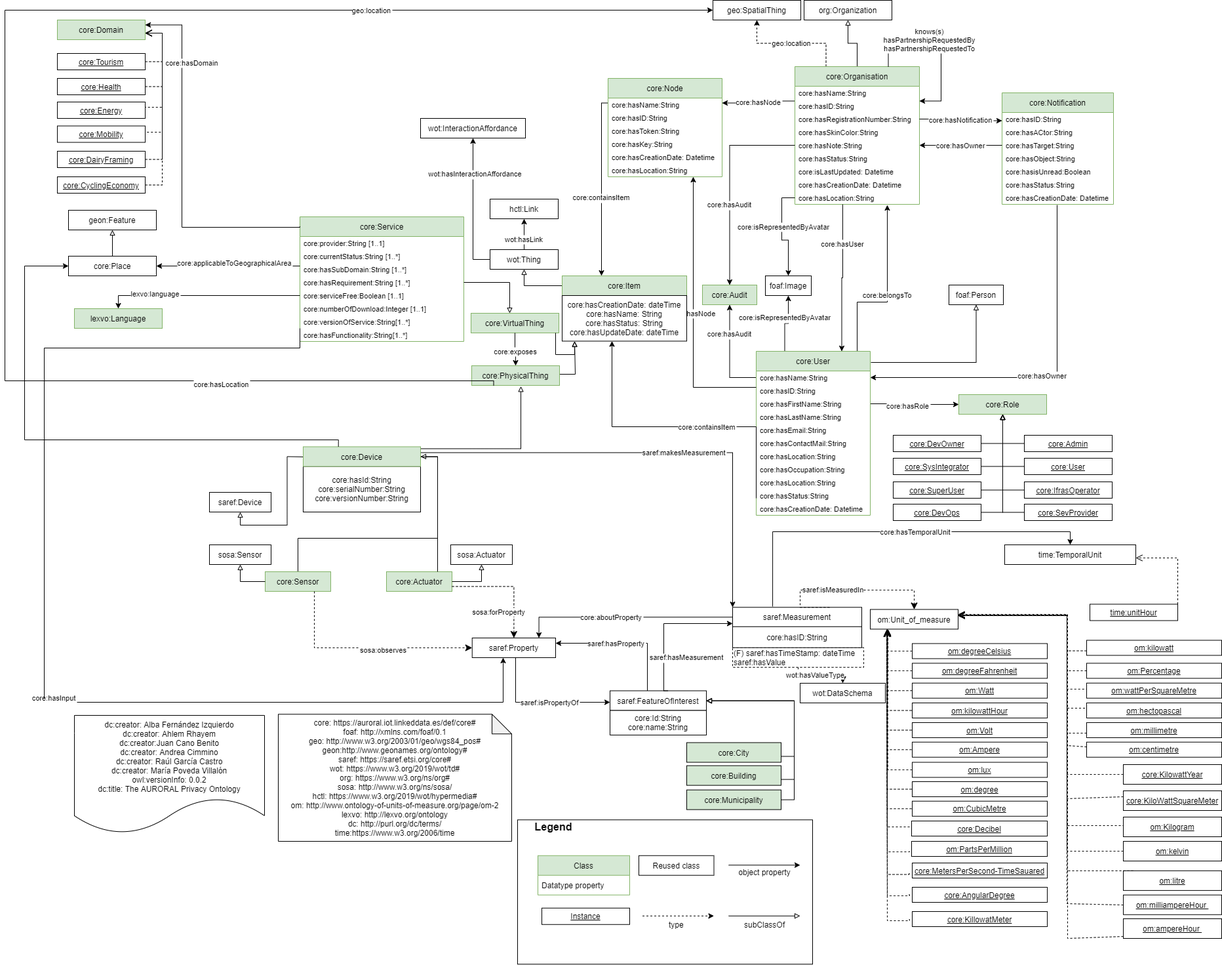
The draw.io diagram diagrams/core.png in oeg-upm/auroral-core-ontology, before a commit. Source tidied: cells renumbered, new cells last; positions are measured from the earlier drawing's top-left corner, leaving out a move shared by most shapes.
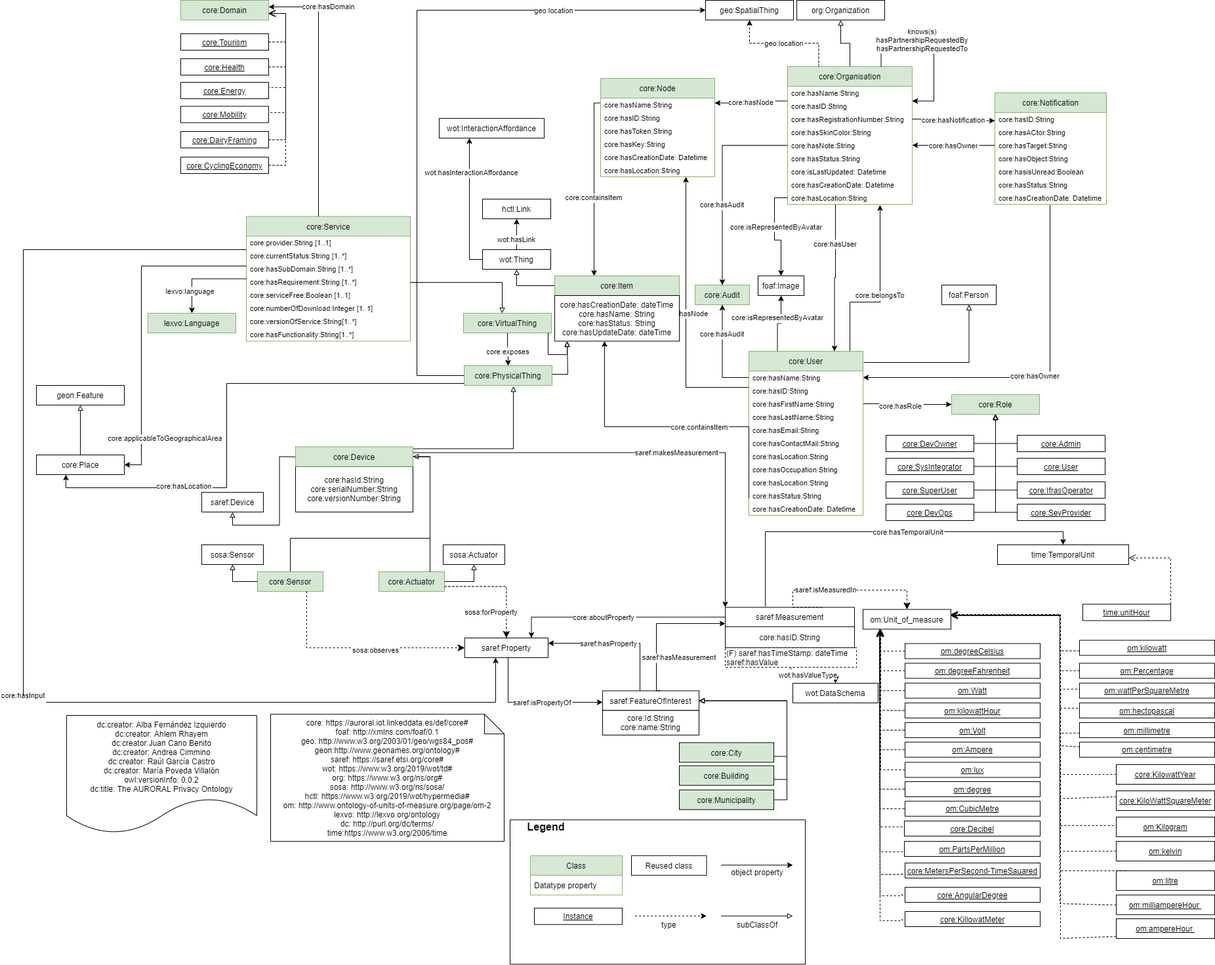
The same diagram one commit later.

Diff of the diagram source:
```diff
@@ -183,8 +183,12 @@
     <mxCell id="54" value="wot:hasLink" style="edgeStyle=orthogonalEdgeStyle;rounded=0;jettySize=auto;exitX=0.5;exitY=0;exitDx=0;exitDy=0;entryX=0.5;entryY=1;entryDx=0;entryDy=0;fontSize=11;endArrow=classic;endFill=1;" parent="1" edge="1" source="57" target="58">
       <mxGeometry x="-0.33" relative="1" as="geometry" />
     </mxCell>
-    <mxCell id="55" style="edgeStyle=orthogonalEdgeStyle;rounded=0;jettySize=auto;html=1;exitX=0;exitY=0.5;exitDx=0;exitDy=0;entryX=0.5;entryY=1;entryDx=0;entryDy=0;fontSize=11;endArrow=classic;endFill=1;" parent="1" edge="1" source="57" target="59">
-      <mxGeometry relative="1" as="geometry" />
+    <mxCell id="55" style="edgeStyle=orthogonalEdgeStyle;rounded=0;jettySize=auto;html=1;exitX=0;exitY=0.5;exitDx=0;exitDy=0;fontSize=11;endArrow=classic;endFill=1;" parent="1" edge="1" source="57" target="59">
+      <mxGeometry relative="1" as="geometry">
+        <Array as="points">
+          <mxPoint x="720" y="395" />
+        </Array>
+      </mxGeometry>
     </mxCell>
     <mxCell id="56" value="wot:hasInteractionAffordance" style="edgeLabel;align=center;verticalAlign=middle;fontSize=11;" parent="55" vertex="1">
       <mxGeometry x="0.49" y="-3" relative="1" as="geometry" />
@@ -196,7 +200,7 @@
       <mxGeometry x="740" y="303" width="104" height="30" as="geometry" />
     </mxCell>
     <mxCell id="59" value="wot:InteractionAffordance" style="rounded=0;whiteSpace=wrap;html=1;" parent="1" vertex="1">
-      <mxGeometry x="634" y="180" width="160" height="30" as="geometry" />
+      <mxGeometry x="674" y="180" width="160" height="30" as="geometry" />
     </mxCell>
     <mxCell id="60" value="saref:Device" style="rounded=0;whiteSpace=wrap;html=1;" parent="1" vertex="1">
       <mxGeometry x="312" y="750" width="94" height="30" as="geometry" />
@@ -608,7 +612,7 @@
       </mxGeometry>
     </mxCell>
     <mxCell id="157" value="core:Service" style="swimlane;fontStyle=0;horizontal=1;startSize=30;fillColor=#d5e8d4;strokeColor=#82b366;" parent="1" vertex="1">
-      <mxGeometry x="450" y="330" width="250" height="190" as="geometry" />
+      <mxGeometry x="380" y="329.5" width="250" height="190" as="geometry" />
     </mxCell>
     <mxCell id="158" value="core:provider:String [1..1]" style="text;strokeColor=none;fillColor=none;align=left;verticalAlign=middle;spacingLeft=4;spacingRight=4;overflow=hidden;fontSize=11;" parent="157" vertex="1">
       <mxGeometry y="30" width="250" height="20" as="geometry" />
@@ -653,33 +657,29 @@
     <mxCell id="170" value="core:exposes" style="edgeStyle=orthogonalEdgeStyle;rounded=0;jettySize=auto;fontSize=11;endArrow=classic;endFill=1;" parent="1" edge="1" source="166" target="167">
       <mxGeometry x="0.13" relative="1" as="geometry" />
     </mxCell>
-    <mxCell id="171" value="core:hasInput&#10;" style="edgeStyle=orthogonalEdgeStyle;rounded=0;jettySize=auto;fontSize=11;endArrow=classic;endFill=1;" parent="1" edge="1" source="164" target="114">
+    <mxCell id="171" value="core:hasInput&#10;" style="edgeStyle=orthogonalEdgeStyle;rounded=0;jettySize=auto;fontSize=11;endArrow=classic;endFill=1;" parent="1" edge="1" source="157" target="114">
       <mxGeometry x="0.13" relative="1" as="geometry">
         <Array as="points">
-          <mxPoint x="450" y="530" />
-          <mxPoint x="60" y="530" />
-          <mxPoint x="60" y="1070" />
+          <mxPoint x="40" y="380" />
+          <mxPoint x="40" y="1070" />
           <mxPoint x="760" y="1070" />
         </Array>
       </mxGeometry>
     </mxCell>
     <mxCell id="172" value="lexvo:Language" style="rounded=0;whiteSpace=wrap;html=1;fillColor=#d5e8d4;strokeColor=#82b366;" parent="1" vertex="1">
-      <mxGeometry x="106" y="470" width="134" height="30" as="geometry" />
+      <mxGeometry x="230" y="477" width="134" height="30" as="geometry" />
     </mxCell>
-    <mxCell id="173" style="edgeStyle=orthogonalEdgeStyle;rounded=0;jettySize=auto;html=1;exitX=0;exitY=0.5;exitDx=0;exitDy=0;entryX=0.5;entryY=0;entryDx=0;entryDy=0;fontSize=11;endArrow=classic;endFill=1;" parent="1" edge="1" target="172">
-      <mxGeometry relative="1" as="geometry">
-        <mxPoint x="450" y="450" as="sourcePoint" />
-      </mxGeometry>
+    <mxCell id="173" style="edgeStyle=orthogonalEdgeStyle;rounded=0;jettySize=auto;html=1;entryX=0.5;entryY=0;entryDx=0;entryDy=0;fontSize=11;endArrow=classic;endFill=1;" parent="1" edge="1" source="157" target="172">
+      <mxGeometry relative="1" as="geometry" />
     </mxCell>
     <mxCell id="174" value="lexvo:language" style="edgeLabel;align=center;verticalAlign=middle;fontSize=11;" parent="173" vertex="1">
       <mxGeometry x="0.49" y="-3" relative="1" as="geometry" />
     </mxCell>
-    <mxCell id="175" value="geo:location" style="edgeStyle=orthogonalEdgeStyle;rounded=0;jettySize=auto;fontSize=11;endArrow=classic;endFill=1;exitX=0.25;exitY=1;exitDx=0;exitDy=0;entryX=0;entryY=0.5;entryDx=0;entryDy=0;" parent="1" edge="1" source="167" target="47">
+    <mxCell id="175" value="geo:location" style="edgeStyle=orthogonalEdgeStyle;rounded=0;jettySize=auto;fontSize=11;endArrow=classic;endFill=1;entryX=0;entryY=0.5;entryDx=0;entryDy=0;" parent="1" edge="1" source="167" target="47">
       <mxGeometry x="0.57" relative="1" as="geometry">
         <Array as="points">
-          <mxPoint x="746" y="580" />
-          <mxPoint y="580" />
-          <mxPoint y="15" />
+          <mxPoint x="640" y="572" />
+          <mxPoint x="640" y="15" />
         </Array>
         <mxPoint x="1" as="offset" />
       </mxGeometry>
@@ -694,23 +694,23 @@
       <mxGeometry x="923" y="1052.5" width="147" height="30" as="geometry" />
     </mxCell>
     <mxCell id="179" value="geon:Feature" style="rounded=0;whiteSpace=wrap;html=1;" parent="1" vertex="1">
-      <mxGeometry x="97" y="320" width="134" height="30" as="geometry" />
+      <mxGeometry x="60" y="587" width="134" height="30" as="geometry" />
     </mxCell>
     <mxCell id="180" style="edgeStyle=orthogonalEdgeStyle;rounded=0;jettySize=auto;html=1;fontSize=11;endArrow=classic;endFill=1;" parent="1" edge="1" source="157" target="182">
       <mxGeometry relative="1" as="geometry">
         <Array as="points">
-          <mxPoint x="390" y="405" />
-          <mxPoint x="390" y="405" />
+          <mxPoint x="220" y="405" />
+          <mxPoint x="220" y="708" />
         </Array>
       </mxGeometry>
     </mxCell>
     <mxCell id="181" value="core:applicableToGeographicalArea" style="edgeLabel;align=center;verticalAlign=middle;fontSize=11;" parent="180" vertex="1">
       <mxGeometry x="0.49" y="-3" relative="1" as="geometry">
-        <mxPoint x="63" y="-2" as="offset" />
+        <mxPoint x="39" y="57" as="offset" />
       </mxGeometry>
     </mxCell>
     <mxCell id="182" value="core:Place" style="rounded=0;whiteSpace=wrap;html=1;" parent="1" vertex="1">
-      <mxGeometry x="97" y="390" width="134" height="30" as="geometry" />
+      <mxGeometry x="60" y="693" width="134" height="30" as="geometry" />
     </mxCell>
     <mxCell id="183" style="edgeStyle=orthogonalEdgeStyle;rounded=0;jettySize=auto;html=1;exitX=0.5;exitY=0;exitDx=0;exitDy=0;fontSize=11;endArrow=block;endFill=0;" parent="1" edge="1" source="182" target="179">
       <mxGeometry relative="1" as="geometry" />
@@ -719,28 +719,27 @@
       <mxGeometry x="1110" y="954.8" width="197" height="32" as="geometry" />
     </mxCell>
     <mxCell id="185" value="core:Domain" style="rounded=0;whiteSpace=wrap;html=1;fillColor=#d5e8d4;strokeColor=#82b366;" parent="1" vertex="1">
-      <mxGeometry x="80" y="30" width="134" height="30" as="geometry" />
+      <mxGeometry x="280" width="134" height="30" as="geometry" />
     </mxCell>
     <mxCell id="186" value="&lt;u&gt;core:Tourism&lt;/u&gt;" style="rounded=0;whiteSpace=wrap;html=1;" parent="1" vertex="1">
-      <mxGeometry x="80" y="81" width="134" height="25" as="geometry" />
+      <mxGeometry x="280" y="51" width="134" height="25" as="geometry" />
     </mxCell>
     <mxCell id="187" value="&lt;u&gt;core:Health&lt;/u&gt;" style="rounded=0;whiteSpace=wrap;html=1;" parent="1" vertex="1">
-      <mxGeometry x="80" y="119" width="134" height="25" as="geometry" />
+      <mxGeometry x="280" y="89" width="134" height="25" as="geometry" />
     </mxCell>
     <mxCell id="188" value="&lt;u&gt;core:Energy&lt;/u&gt;" style="rounded=0;whiteSpace=wrap;html=1;" parent="1" vertex="1">
-      <mxGeometry x="80" y="155" width="134" height="25" as="geometry" />
+      <mxGeometry x="280" y="125" width="134" height="25" as="geometry" />
     </mxCell>
     <mxCell id="189" value="&lt;u&gt;core:Mobility&lt;/u&gt;" style="rounded=0;whiteSpace=wrap;html=1;" parent="1" vertex="1">
-      <mxGeometry x="80" y="191.5" width="134" height="25" as="geometry" />
+      <mxGeometry x="280" y="161.5" width="134" height="25" as="geometry" />
     </mxCell>
     <mxCell id="190" value="&lt;u&gt;core:DairyFraming&lt;/u&gt;" style="rounded=0;whiteSpace=wrap;html=1;" parent="1" vertex="1">
-      <mxGeometry x="80" y="230" width="134" height="25" as="geometry" />
+      <mxGeometry x="280" y="200" width="134" height="25" as="geometry" />
     </mxCell>
-    <mxCell id="191" style="edgeStyle=orthogonalEdgeStyle;rounded=0;jettySize=auto;html=1;fontSize=11;endArrow=classic;endFill=1;entryX=1;entryY=0.25;entryDx=0;entryDy=0;exitX=0;exitY=0.076;exitDx=0;exitDy=0;exitPerimeter=0;" parent="1" edge="1" source="157" target="185">
+    <mxCell id="191" style="edgeStyle=orthogonalEdgeStyle;rounded=0;jettySize=auto;html=1;fontSize=11;endArrow=classic;endFill=1;" parent="1" edge="1" source="157" target="185">
       <mxGeometry relative="1" as="geometry">
         <Array as="points">
-          <mxPoint x="270" y="346" />
-          <mxPoint x="270" y="38" />
+          <mxPoint x="490" y="10" />
         </Array>
       </mxGeometry>
     </mxCell>
@@ -750,7 +749,7 @@
       </mxGeometry>
     </mxCell>
     <mxCell id="193" value="&lt;u&gt;core:CyclingEconomy&lt;/u&gt;" style="rounded=0;whiteSpace=wrap;html=1;" parent="1" vertex="1">
-      <mxGeometry x="80" y="269" width="134" height="25" as="geometry" />
+      <mxGeometry x="280" y="239" width="134" height="25" as="geometry" />
     </mxCell>
     <mxCell id="194" value="saref:hasProperty" style="edgeStyle=orthogonalEdgeStyle;rounded=0;jettySize=auto;fontSize=11;endArrow=classic;endFill=1;" parent="1" edge="1" source="178" target="114">
       <mxGeometry x="0.13" relative="1" as="geometry">
@@ -777,50 +776,50 @@
     <mxCell id="197" style="endArrow=open;html=1;fontColor=#000099;endFill=0;dashed=1;endSize=8;exitX=1;exitY=0.5;exitDx=0;exitDy=0;edgeStyle=orthogonalEdgeStyle;arcSize=0;" parent="1" edge="1" source="186" target="185">
       <mxGeometry relative="1" as="geometry">
         <Array as="points">
-          <mxPoint x="240" y="94" />
-          <mxPoint x="240" y="50" />
+          <mxPoint x="440" y="64" />
+          <mxPoint x="440" y="20" />
         </Array>
       </mxGeometry>
     </mxCell>
     <mxCell id="198" style="endArrow=open;html=1;fontColor=#000099;endFill=0;dashed=1;endSize=8;exitX=1;exitY=0.5;exitDx=0;exitDy=0;edgeStyle=orthogonalEdgeStyle;arcSize=0;" parent="1" edge="1" source="187" target="185">
       <mxGeometry relative="1" as="geometry">
         <Array as="points">
-          <mxPoint x="240" y="132" />
-          <mxPoint x="240" y="50" />
+          <mxPoint x="440" y="102" />
+          <mxPoint x="440" y="20" />
         </Array>
       </mxGeometry>
     </mxCell>
     <mxCell id="199" style="endArrow=open;html=1;fontColor=#000099;endFill=0;dashed=1;endSize=8;exitX=1;exitY=0.25;exitDx=0;exitDy=0;edgeStyle=orthogonalEdgeStyle;arcSize=0;" parent="1" edge="1" source="188" target="185">
       <mxGeometry relative="1" as="geometry">
         <Array as="points">
-          <mxPoint x="214" y="163" />
-          <mxPoint x="240" y="163" />
-          <mxPoint x="240" y="50" />
+          <mxPoint x="414" y="133" />
+          <mxPoint x="440" y="133" />
+          <mxPoint x="440" y="20" />
         </Array>
       </mxGeometry>
     </mxCell>
     <mxCell id="200" style="endArrow=open;html=1;fontColor=#000099;endFill=0;dashed=1;endSize=8;exitX=1;exitY=0.25;exitDx=0;exitDy=0;edgeStyle=orthogonalEdgeStyle;arcSize=0;" parent="1" edge="1" source="189" target="185">
       <mxGeometry relative="1" as="geometry">
         <Array as="points">
-          <mxPoint x="214" y="201" />
-          <mxPoint x="240" y="201" />
-          <mxPoint x="240" y="50" />
+          <mxPoint x="414" y="171" />
+          <mxPoint x="440" y="171" />
+          <mxPoint x="440" y="20" />
         </Array>
       </mxGeometry>
     </mxCell>
     <mxCell id="201" style="endArrow=open;html=1;fontColor=#000099;endFill=0;dashed=1;endSize=8;edgeStyle=orthogonalEdgeStyle;arcSize=0;" parent="1" edge="1" source="190" target="185">
       <mxGeometry relative="1" as="geometry">
         <Array as="points">
-          <mxPoint x="240" y="243" />
-          <mxPoint x="240" y="50" />
+          <mxPoint x="440" y="213" />
+          <mxPoint x="440" y="20" />
         </Array>
       </mxGeometry>
     </mxCell>
     <mxCell id="202" style="endArrow=open;html=1;fontColor=#000099;endFill=0;dashed=1;endSize=8;edgeStyle=orthogonalEdgeStyle;arcSize=0;" parent="1" edge="1" source="193" target="185">
       <mxGeometry relative="1" as="geometry">
         <Array as="points">
-          <mxPoint x="240" y="282" />
-          <mxPoint x="240" y="50" />
+          <mxPoint x="440" y="252" />
+          <mxPoint x="440" y="20" />
         </Array>
       </mxGeometry>
     </mxCell>
@@ -1036,19 +1035,17 @@
         </Array>
       </mxGeometry>
     </mxCell>
-    <mxCell id="242" style="edgeStyle=orthogonalEdgeStyle;rounded=0;jettySize=auto;html=1;fontSize=11;endArrow=classic;endFill=1;exitX=0.3;exitY=0;exitDx=0;exitDy=0;entryX=0;entryY=0.5;entryDx=0;entryDy=0;" parent="1" edge="1" source="177" target="182">
-      <mxGeometry relative="1" as="geometry">
-        <Array as="points">
-          <mxPoint x="509" y="670" />
-          <mxPoint x="30" y="670" />
-          <mxPoint x="30" y="405" />
-        </Array>
-      </mxGeometry>
-    </mxCell>
+    <mxCell id="244" style="edgeStyle=orthogonalEdgeStyle;rounded=0;jettySize=auto;html=1;fontSize=11;endArrow=classic;endFill=1;" parent="1" edge="1" source="167" target="182">
+      <mxGeometry relative="1" as="geometry">
+        <Array as="points">
+          <mxPoint x="350" y="584" />
+          <mxPoint x="350" y="743" />
+          <mxPoint x="105" y="743" />
+        </Array>
+      </mxGeometry>
+    </mxCell>
-    <mxCell id="243" value="core:hasLocation" style="edgeLabel;align=center;verticalAlign=middle;fontSize=11;" parent="242" vertex="1">
-      <mxGeometry x="0.49" y="-3" relative="1" as="geometry">
-        <mxPoint x="297" y="37.8" as="offset" />
-      </mxGeometry>
+    <mxCell id="243" value="core:hasLocation" style="edgeLabel;align=center;verticalAlign=middle;fontSize=11;" parent="244" vertex="1">
+      <mxGeometry x="0.49" y="-3" relative="1" as="geometry" />
     </mxCell>
   </root>
 </mxGraphModel>
```
